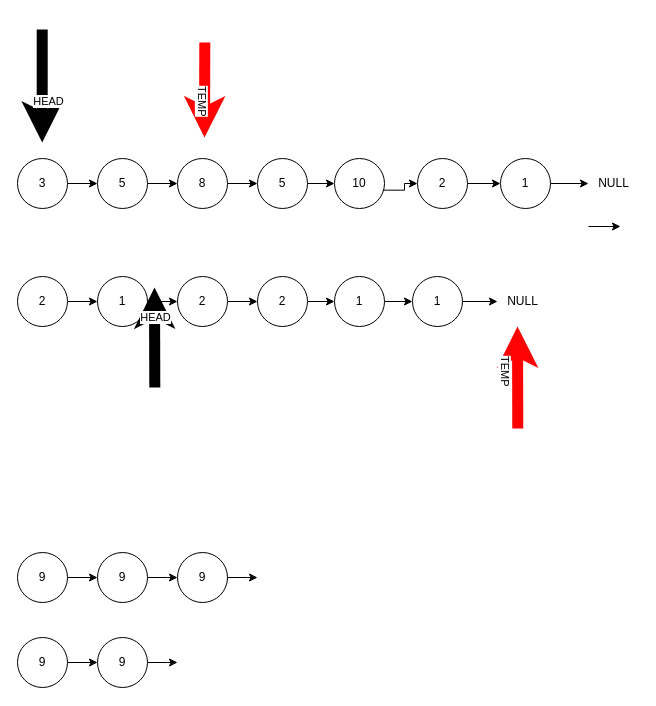
Above: Diagrams/LinkedLists.drawio in neidenfree/leetcode (draw.io), before the change. Source tidied: cells renumbered, new cells numbered last; positions are measured from the earlier drawing's top-left corner, leaving out a move shared by most shapes. Both pictures are drawn from the tidied source at 100%, with x=0, y=0 at pixel (17, 29).
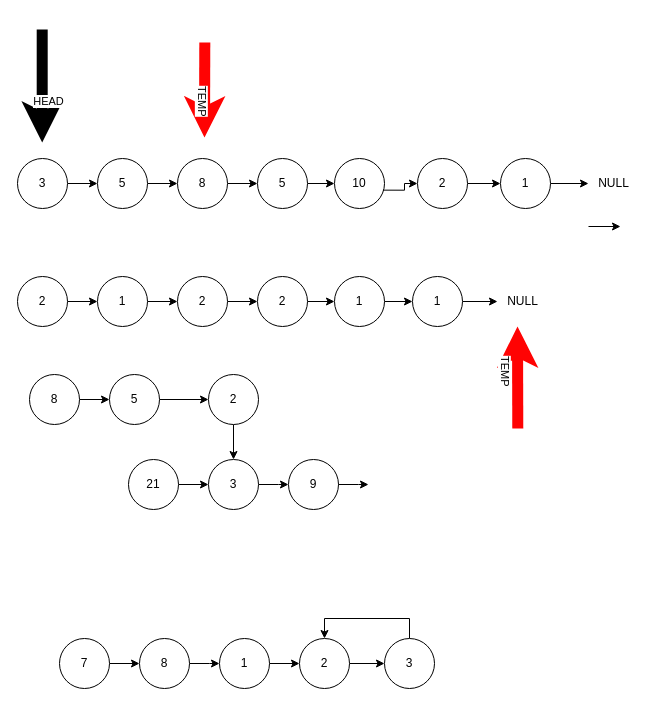
The same diagram, later.

Commit message (it also covers changes not shown here):
Implemented all tasks from second chapter

The edit, as a diff of the source:
```diff
@@
-    <mxCell id="24" style="endArrow=classic;html=1;strokeWidth=11;" parent="1" edge="1">
-      <mxGeometry relative="1" as="geometry">
-        <mxPoint x="137.3" y="358" as="sourcePoint" />
-        <mxPoint x="137" y="258" as="targetPoint" />
-      </mxGeometry>
-    </mxCell>
-    <mxCell id="25" value="HEAD" style="edgeLabel;html=1;align=center;verticalAlign=middle;" parent="24" vertex="1">
-      <mxGeometry x="0.33" y="3" relative="1" as="geometry">
-        <mxPoint x="3.2" y="-3.7" as="offset" />
-      </mxGeometry>
-    </mxCell>
@@
-    <mxCell id="40" value="9" style="ellipse;whiteSpace=wrap;html=1;" parent="1" vertex="1">
-      <mxGeometry y="608" width="50" height="50" as="geometry" />
+    <mxCell id="40" value="5" style="ellipse;whiteSpace=wrap;html=1;" parent="1" vertex="1">
+      <mxGeometry x="92" y="345" width="50" height="50" as="geometry" />
     </mxCell>
-    <mxCell id="41" style="edgeStyle=orthogonalEdgeStyle;rounded=0;jettySize=auto;html=1;strokeWidth=1;" parent="1" edge="1" source="42">
-      <mxGeometry relative="1" as="geometry">
-        <mxPoint x="160" y="633" as="targetPoint" />
-      </mxGeometry>
+    <mxCell id="41" style="edgeStyle=orthogonalEdgeStyle;rounded=0;jettySize=auto;html=1;strokeWidth=1;entryX=0.5;entryY=0;entryDx=0;entryDy=0;" parent="1" edge="1" source="42" target="48">
+      <mxGeometry relative="1" as="geometry" />
     </mxCell>
-    <mxCell id="42" value="9" style="ellipse;whiteSpace=wrap;html=1;" parent="1" vertex="1">
-      <mxGeometry x="80" y="608" width="50" height="50" as="geometry" />
+    <mxCell id="42" value="2" style="ellipse;whiteSpace=wrap;html=1;" parent="1" vertex="1">
+      <mxGeometry x="191" y="345" width="50" height="50" as="geometry" />
     </mxCell>
     <mxCell id="43" value="9" style="ellipse;whiteSpace=wrap;html=1;" parent="1" vertex="1">
-      <mxGeometry x="160" y="523" width="50" height="50" as="geometry" />
+      <mxGeometry x="271" y="430" width="50" height="50" as="geometry" />
     </mxCell>
     <mxCell id="44" style="edgeStyle=orthogonalEdgeStyle;rounded=0;jettySize=auto;html=1;strokeWidth=1;" parent="1" edge="1" source="43">
       <mxGeometry relative="1" as="geometry">
-        <mxPoint x="240" y="548" as="targetPoint" />
+        <mxPoint x="351" y="455" as="targetPoint" />
       </mxGeometry>
     </mxCell>
@@
-    <mxCell id="46" value="9" style="ellipse;whiteSpace=wrap;html=1;" parent="1" vertex="1">
-      <mxGeometry y="523" width="50" height="50" as="geometry" />
+    <mxCell id="46" value="21" style="ellipse;whiteSpace=wrap;html=1;" parent="1" vertex="1">
+      <mxGeometry x="111" y="430" width="50" height="50" as="geometry" />
     </mxCell>
     <mxCell id="47" style="edgeStyle=orthogonalEdgeStyle;rounded=0;jettySize=auto;html=1;strokeWidth=1;" parent="1" edge="1" source="48">
       <mxGeometry relative="1" as="geometry">
-        <mxPoint x="160" y="548" as="targetPoint" />
+        <mxPoint x="271" y="455" as="targetPoint" />
       </mxGeometry>
     </mxCell>
-    <mxCell id="48" value="9" style="ellipse;whiteSpace=wrap;html=1;" parent="1" vertex="1">
-      <mxGeometry x="80" y="523" width="50" height="50" as="geometry" />
+    <mxCell id="48" value="3" style="ellipse;whiteSpace=wrap;html=1;" parent="1" vertex="1">
+      <mxGeometry x="191" y="430" width="50" height="50" as="geometry" />
     </mxCell>
+    <mxCell id="49" style="edgeStyle=orthogonalEdgeStyle;rounded=0;jettySize=auto;html=1;" parent="1" edge="1" source="50" target="40">
+      <mxGeometry relative="1" as="geometry" />
+    </mxCell>
+    <mxCell id="50" value="8" style="ellipse;whiteSpace=wrap;html=1;" parent="1" vertex="1">
+      <mxGeometry x="12" y="345" width="50" height="50" as="geometry" />
+    </mxCell>
+    <mxCell id="51" style="edgeStyle=orthogonalEdgeStyle;rounded=0;jettySize=auto;html=1;" parent="1" edge="1" source="52" target="54">
+      <mxGeometry relative="1" as="geometry" />
+    </mxCell>
+    <mxCell id="52" value="1" style="ellipse;whiteSpace=wrap;html=1;" parent="1" vertex="1">
+      <mxGeometry x="202" y="609" width="50" height="50" as="geometry" />
+    </mxCell>
+    <mxCell id="53" style="edgeStyle=orthogonalEdgeStyle;rounded=0;jettySize=auto;html=1;strokeWidth=1;entryX=0;entryY=0.5;entryDx=0;entryDy=0;" parent="1" edge="1" source="54" target="60">
+      <mxGeometry relative="1" as="geometry" />
+    </mxCell>
+    <mxCell id="54" value="2" style="ellipse;whiteSpace=wrap;html=1;" parent="1" vertex="1">
+      <mxGeometry x="282" y="609" width="50" height="50" as="geometry" />
+    </mxCell>
+    <mxCell id="55" style="edgeStyle=orthogonalEdgeStyle;rounded=0;jettySize=auto;html=1;" parent="1" edge="1" source="56" target="58">
+      <mxGeometry relative="1" as="geometry" />
+    </mxCell>
+    <mxCell id="56" value="7" style="ellipse;whiteSpace=wrap;html=1;" parent="1" vertex="1">
+      <mxGeometry x="42" y="609" width="50" height="50" as="geometry" />
+    </mxCell>
+    <mxCell id="57" style="edgeStyle=orthogonalEdgeStyle;rounded=0;jettySize=auto;html=1;strokeWidth=1;" parent="1" edge="1" source="58">
+      <mxGeometry relative="1" as="geometry">
+        <mxPoint x="202" y="634" as="targetPoint" />
+      </mxGeometry>
+    </mxCell>
+    <mxCell id="58" value="8" style="ellipse;whiteSpace=wrap;html=1;" parent="1" vertex="1">
+      <mxGeometry x="122" y="609" width="50" height="50" as="geometry" />
+    </mxCell>
+    <mxCell id="59" style="edgeStyle=orthogonalEdgeStyle;rounded=0;jettySize=auto;html=1;entryX=0.5;entryY=0;entryDx=0;entryDy=0;" parent="1" edge="1" source="60" target="54">
+      <mxGeometry relative="1" as="geometry">
+        <Array as="points">
+          <mxPoint x="392" y="634" />
+          <mxPoint x="392" y="589" />
+          <mxPoint x="307" y="589" />
+        </Array>
+      </mxGeometry>
+    </mxCell>
+    <mxCell id="60" value="3" style="ellipse;whiteSpace=wrap;html=1;" parent="1" vertex="1">
+      <mxGeometry x="367" y="609" width="50" height="50" as="geometry" />
+    </mxCell>
```
